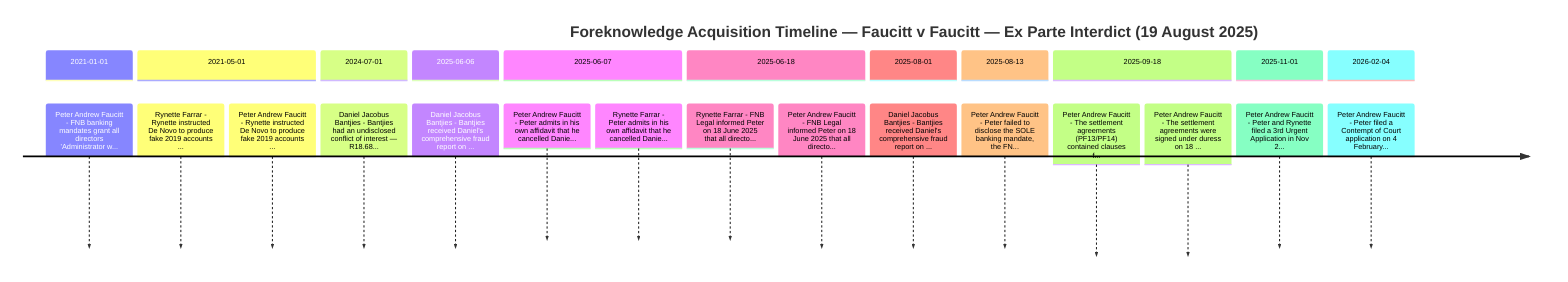
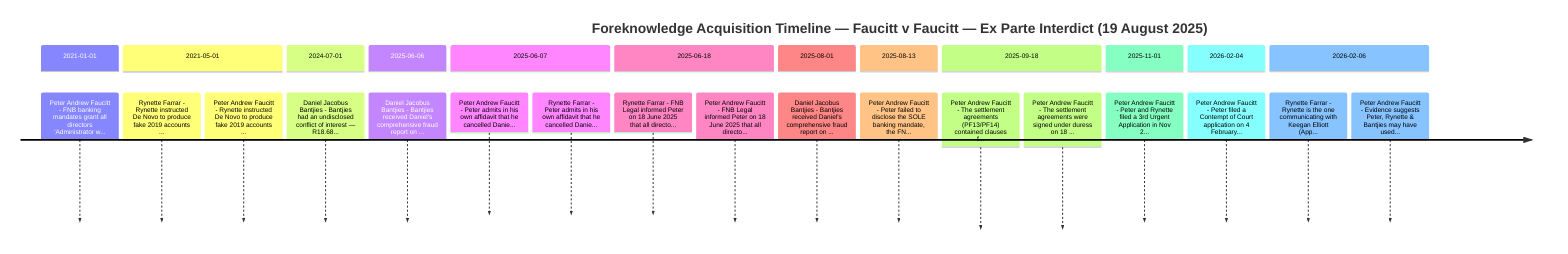
timeline
    title Foreknowledge Acquisition Timeline — Faucitt v Faucitt — Ex Parte Interdict (19 August 2025)
    section 2021-01-01
        Peter Andrew Faucitt - FNB banking mandates grant all directors 'Administrator w...
    section 2021-05-01
        Rynette Farrar - Rynette instructed De Novo to produce fake 2019 accounts ...
        Peter Andrew Faucitt - Rynette instructed De Novo to produce fake 2019 accounts ...
    section 2024-07-01
        Daniel Jacobus Bantjies - Bantjies had an undisclosed conflict of interest — R18.68...
    section 2025-06-06
        Daniel Jacobus Bantjies - Bantjies received Daniel's comprehensive fraud report on ...
    section 2025-06-07
        Peter Andrew Faucitt - Peter admits in his own affidavit that he cancelled Danie...
        Rynette Farrar - Peter admits in his own affidavit that he cancelled Danie...
    section 2025-06-18
        Rynette Farrar - FNB Legal informed Peter on 18 June 2025 that all directo...
        Peter Andrew Faucitt - FNB Legal informed Peter on 18 June 2025 that all directo...
    section 2025-08-01
        Daniel Jacobus Bantjies - Bantjies received Daniel's comprehensive fraud report on ...
    section 2025-08-13
        Peter Andrew Faucitt - Peter failed to disclose the SOLE banking mandate, the FN...
    section 2025-09-18
        Peter Andrew Faucitt - The settlement agreements (PF13/PF14) contained clauses f...
        Peter Andrew Faucitt - The settlement agreements were signed under duress on 18 ...
    section 2025-11-01
        Peter Andrew Faucitt - Peter and Rynette filed a 3rd Urgent Application in Nov 2...
    section 2026-02-04
-         Peter Andrew Faucitt - Peter filed a Contempt of Court application on 4 February...+         Peter Andrew Faucitt - Peter filed a Contempt of Court application on 4 February...
+     section 2026-02-06
+         Rynette Farrar - Rynette is the one communicating with Keegan Elliott (App...
+         Peter Andrew Faucitt - Evidence suggests Peter, Rynette & Bantjies may have used...